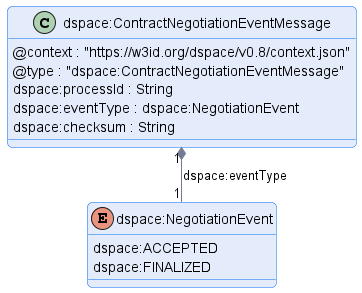
International-Data-Spaces-Association/ids-specification keeps this PlantUML diagram as negotiation/message/diagram/contract-negotiation-event-message.png. Above is the earlier version.
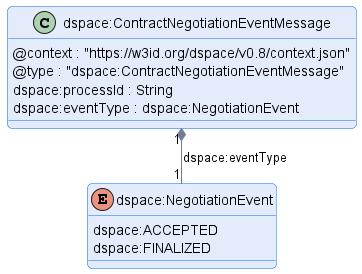
Later version of the same file.

Commit message:
refactor: remove checksum from contract offer and event message

The edit, as a diff of the source:
```diff
@@ -11,7 +11,6 @@
     @type : "dspace:ContractNegotiationEventMessage"
     dspace:processId : String
     dspace:eventType : dspace:NegotiationEvent
-    dspace:checksum : String
 }
 
 enum dspace:NegotiationEvent {
```
